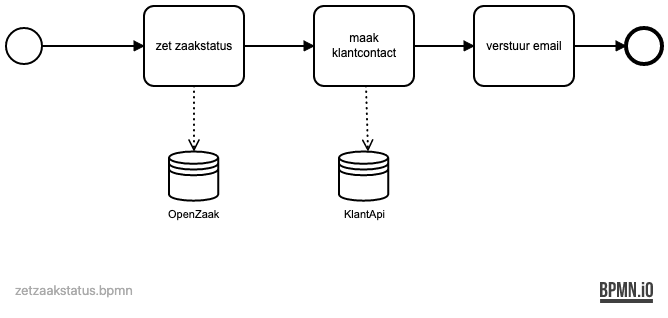
Above: images/bpmn/zetzaakstatus.png in Gemeente-DenHaag/referentie-common-ground-implementatie (BPMN), before the change. Its source is kept beside it as images/bpmn/zetzaakstatus.bpmn. Ids are renumbered. Its diagram source:
```xml
<definitions xmlns="http://www.omg.org/spec/BPMN/20100524/MODEL" xmlns:bpmndi="http://www.omg.org/spec/BPMN/20100524/DI" xmlns:omgdi="http://www.omg.org/spec/DD/20100524/DI" xmlns:omgdc="http://www.omg.org/spec/DD/20100524/DC" xmlns:xsi="http://www.w3.org/2001/XMLSchema-instance" id="sid-38422fae-e03e-43a3-bef4-bd33b32041b2" targetNamespace="http://bpmn.io/bpmn" exporter="bpmn-js (https://demo.bpmn.io)" exporterVersion="8.8.3">
  <process id="Process_1" isExecutable="false">
    <startEvent id="Event_n1">
      <outgoing>Flow_n2</outgoing>
    </startEvent>
    <task id="Activity_n3" name="maak klantcontact">
      <incoming>Flow_n4</incoming>
      <outgoing>Flow_n5</outgoing>
      <dataOutputAssociation id="DataOutputAssociation_n6">
        <targetRef>DataStoreReference_n7</targetRef>
      </dataOutputAssociation>
    </task>
    <sequenceFlow id="Flow_n2" sourceRef="Event_n1" targetRef="Activity_n8" />
    <task id="Activity_n8" name="zet zaakstatus">
      <incoming>Flow_n2</incoming>
      <outgoing>Flow_n4</outgoing>
      <dataOutputAssociation id="DataOutputAssociation_n9">
        <targetRef>DataStoreReference_n10</targetRef>
      </dataOutputAssociation>
    </task>
    <task id="Activity_n11" name="verstuur email">
      <incoming>Flow_n5</incoming>
      <outgoing>Flow_n12</outgoing>
    </task>
    <sequenceFlow id="Flow_n5" sourceRef="Activity_n3" targetRef="Activity_n11" />
    <sequenceFlow id="Flow_n12" sourceRef="Activity_n11" targetRef="Event_n13" />
    <endEvent id="Event_n13">
      <incoming>Flow_n12</incoming>
    </endEvent>
    <sequenceFlow id="Flow_n4" sourceRef="Activity_n8" targetRef="Activity_n3" />
    <dataStoreReference id="DataStoreReference_n10" name="OpenZaak" />
    <dataStoreReference id="DataStoreReference_n7" name="KlantApi" />
  </process>
  <bpmndi:BPMNDiagram id="BpmnDiagram_1">
    <bpmndi:BPMNPlane id="BpmnPlane_1" bpmnElement="Process_1">
      <bpmndi:BPMNEdge id="Flow_n4_di" bpmnElement="Flow_n4">
        <omgdi:waypoint x="370" y="130" />
        <omgdi:waypoint x="440" y="130" />
      </bpmndi:BPMNEdge>
      <bpmndi:BPMNEdge id="Flow_n12_di" bpmnElement="Flow_n12">
        <omgdi:waypoint x="700" y="130" />
        <omgdi:waypoint x="752" y="130" />
      </bpmndi:BPMNEdge>
      <bpmndi:BPMNEdge id="Flow_n5_di" bpmnElement="Flow_n5">
        <omgdi:waypoint x="540" y="130" />
        <omgdi:waypoint x="600" y="130" />
      </bpmndi:BPMNEdge>
      <bpmndi:BPMNEdge id="Flow_n2_di" bpmnElement="Flow_n2">
        <omgdi:waypoint x="168" y="130" />
        <omgdi:waypoint x="270" y="130" />
      </bpmndi:BPMNEdge>
      <bpmndi:BPMNShape id="Event_n1_di" bpmnElement="Event_n1">
        <omgdc:Bounds x="132" y="112" width="36" height="36" />
      </bpmndi:BPMNShape>
      <bpmndi:BPMNShape id="Activity_n3_di" bpmnElement="Activity_n3">
        <omgdc:Bounds x="440" y="90" width="100" height="80" />
      </bpmndi:BPMNShape>
      <bpmndi:BPMNShape id="Activity_n8_di" bpmnElement="Activity_n8">
        <omgdc:Bounds x="270" y="90" width="100" height="80" />
      </bpmndi:BPMNShape>
      <bpmndi:BPMNShape id="Activity_n11_di" bpmnElement="Activity_n11">
        <omgdc:Bounds x="600" y="90" width="100" height="80" />
      </bpmndi:BPMNShape>
      <bpmndi:BPMNShape id="Event_n13_di" bpmnElement="Event_n13">
        <omgdc:Bounds x="752" y="112" width="36" height="36" />
      </bpmndi:BPMNShape>
      <bpmndi:BPMNShape id="DataStoreReference_n10_di" bpmnElement="DataStoreReference_n10">
        <omgdc:Bounds x="295" y="235" width="50" height="50" />
        <bpmndi:BPMNLabel>
          <omgdc:Bounds x="294" y="292" width="52" height="14" />
        </bpmndi:BPMNLabel>
      </bpmndi:BPMNShape>
      <bpmndi:BPMNShape id="DataStoreReference_n7_di" bpmnElement="DataStoreReference_n7">
        <omgdc:Bounds x="465" y="235" width="50" height="50" />
        <bpmndi:BPMNLabel>
          <omgdc:Bounds x="470" y="292" width="41" height="14" />
        </bpmndi:BPMNLabel>
      </bpmndi:BPMNShape>
      <bpmndi:BPMNEdge id="DataOutputAssociation_n6_di" bpmnElement="DataOutputAssociation_n6">
        <omgdi:waypoint x="492" y="170" />
        <omgdi:waypoint x="494" y="235" />
      </bpmndi:BPMNEdge>
      <bpmndi:BPMNEdge id="DataOutputAssociation_n9_di" bpmnElement="DataOutputAssociation_n9">
        <omgdi:waypoint x="320" y="170" />
        <omgdi:waypoint x="320" y="235" />
      </bpmndi:BPMNEdge>
    </bpmndi:BPMNPlane>
  </bpmndi:BPMNDiagram>
</definitions>
```
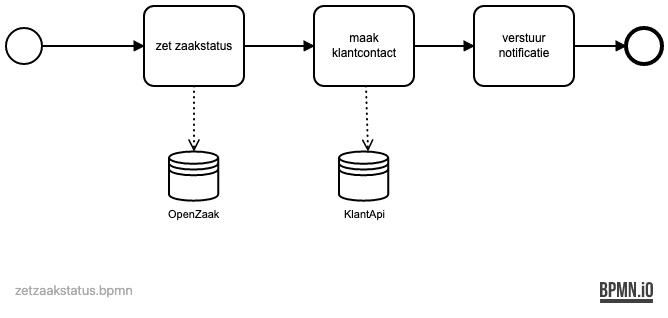
Above is the later version.

The edit, as a diff of the source:
```diff
@@ -18,7 +18,7 @@
         <targetRef>DataStoreReference_n10</targetRef>
       </dataOutputAssociation>
     </task>
-    <task id="Activity_n11" name="verstuur email">
+    <task id="Activity_n11" name="verstuur notificatie">
       <incoming>Flow_n5</incoming>
       <outgoing>Flow_n12</outgoing>
     </task>
```
